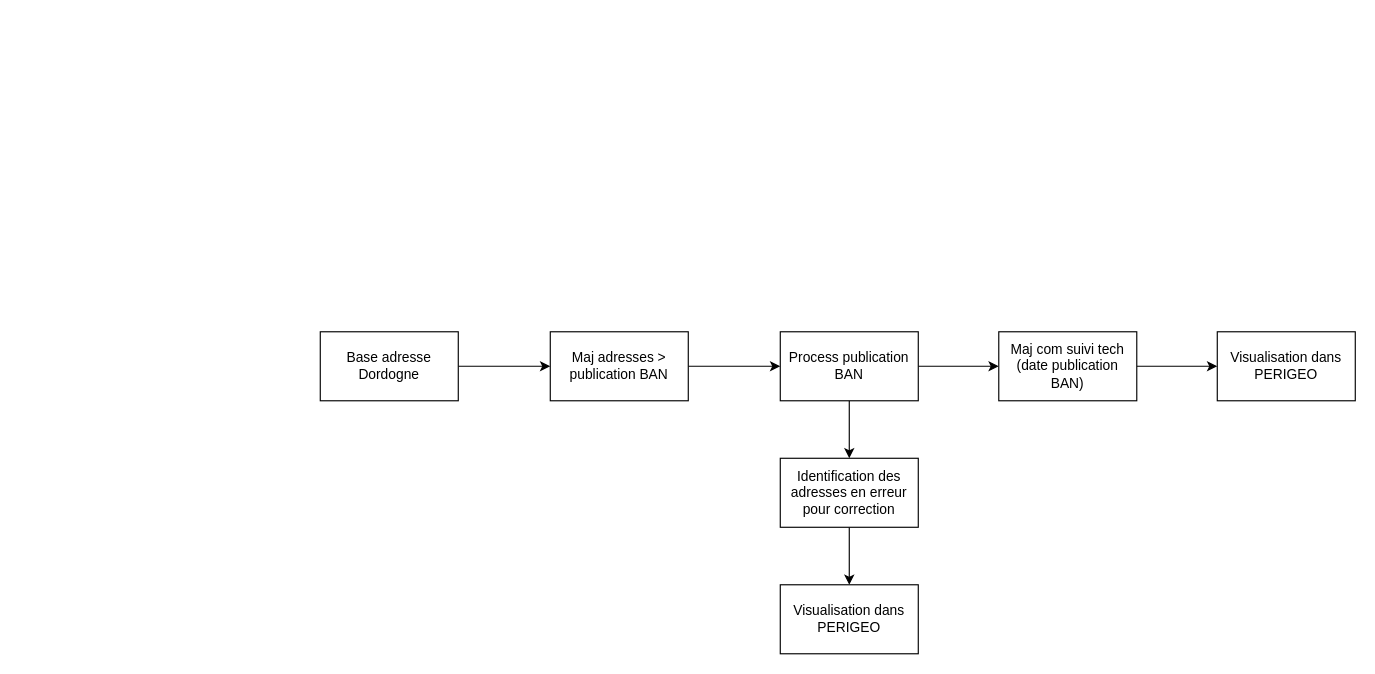
This is publication_adresses.drawio from eprouteau/perigeo, a draw.io file, before an edit. Source tidied: cells renumbered, new cells numbered last; positions are measured from the earlier drawing's top-left corner, leaving out a move shared by most shapes. Both pictures are drawn from the tidied source at 115%, with x=0, y=0 at pixel (320, 331).
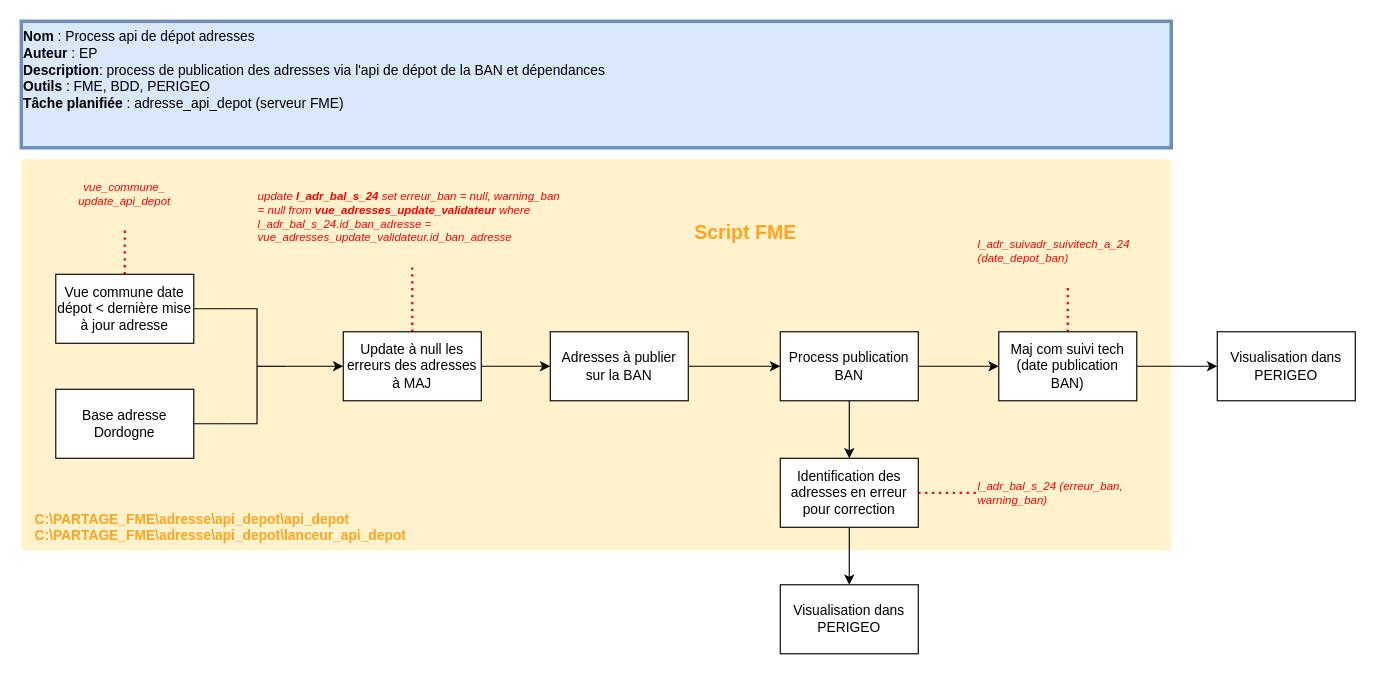
The same diagram, later.

Commit message:
Mettre à jour publication_adresses.drawio

The change refers to these unchanged cells:
```xml
<mxCell id="8" value="Process publication BAN" style="rounded=0;whiteSpace=wrap;html=1;" parent="1" vertex="1">
  <mxGeometry x="400" width="120" height="60" as="geometry" />
</mxCell>
<mxCell id="10" value="Identification des adresses en erreur pour correction" style="rounded=0;whiteSpace=wrap;html=1;" parent="1" vertex="1">
  <mxGeometry x="400" y="110" width="120" height="60" as="geometry" />
</mxCell>
<mxCell id="12" value="Maj com suivi tech (date publication BAN)" style="rounded=0;whiteSpace=wrap;html=1;" parent="1" vertex="1">
  <mxGeometry x="590" width="120" height="60" as="geometry" />
</mxCell>
```

Change to the diagram source:
```diff
@@
-    <mxCell id="2" style="edgeStyle=orthogonalEdgeStyle;rounded=0;jettySize=auto;html=1;exitX=1;exitY=0.5;exitDx=0;exitDy=0;entryX=0;entryY=0.5;entryDx=0;entryDy=0;" parent="1" edge="1" source="3" target="5">
-      <mxGeometry relative="1" as="geometry" />
-    </mxCell>
+    <mxCell id="15" style="rounded=0;whiteSpace=wrap;html=1;fillColor=#fff2cc;strokeColor=none;gradientColor=none;strokeWidth=3;fontColor=#d6b656;" parent="1" vertex="1">
+      <mxGeometry x="-260" y="-150" width="1000" height="340" as="geometry" />
+    </mxCell>
     <mxCell id="3" value="Base adresse Dordogne" style="rounded=0;whiteSpace=wrap;html=1;" parent="1" vertex="1">
-      <mxGeometry width="120" height="60" as="geometry" />
+      <mxGeometry x="-230" y="50" width="120" height="60" as="geometry" />
     </mxCell>
-    <mxCell id="4" style="edgeStyle=orthogonalEdgeStyle;rounded=0;jettySize=auto;html=1;exitX=1;exitY=0.5;exitDx=0;exitDy=0;entryX=0;entryY=0.5;entryDx=0;entryDy=0;" parent="1" edge="1" source="5" target="8">
-      <mxGeometry relative="1" as="geometry" />
-    </mxCell>
+    <mxCell id="16" style="edgeStyle=orthogonalEdgeStyle;rounded=0;jettySize=auto;html=1;entryX=0;entryY=0.5;entryDx=0;entryDy=0;" parent="1" edge="1" source="5" target="28">
+      <mxGeometry relative="1" as="geometry" />
+    </mxCell>
+    <mxCell id="17" style="rounded=0;jettySize=auto;html=1;entryX=0.5;entryY=1;entryDx=0;entryDy=0;strokeColor=#FF0000;endArrow=none;endFill=0;dashed=1;dashPattern=1 2;strokeWidth=2;" parent="1" edge="1" source="5" target="29">
+      <mxGeometry relative="1" as="geometry" />
+    </mxCell>
-    <mxCell id="5" value="Maj adresses &amp;gt; publication BAN" style="rounded=0;whiteSpace=wrap;html=1;" parent="1" vertex="1">
-      <mxGeometry x="200" width="120" height="60" as="geometry" />
+    <mxCell id="5" value="Update à null les erreurs des adresses à MAJ" style="rounded=0;whiteSpace=wrap;html=1;" parent="1" vertex="1">
+      <mxGeometry x="20" width="120" height="60" as="geometry" />
     </mxCell>
@@
+    <mxCell id="18" style="edgeStyle=orthogonalEdgeStyle;rounded=0;jettySize=auto;html=1;exitX=1;exitY=0.5;exitDx=0;exitDy=0;entryX=0;entryY=0.5;entryDx=0;entryDy=0;dashed=1;dashPattern=1 2;endArrow=none;endFill=0;strokeWidth=2;strokeColor=#FF0000;" parent="1" edge="1" source="10" target="30">
+      <mxGeometry relative="1" as="geometry" />
+    </mxCell>
@@
+    <mxCell id="19" style="edgeStyle=orthogonalEdgeStyle;rounded=0;jettySize=auto;html=1;dashed=1;dashPattern=1 2;endArrow=none;endFill=0;strokeWidth=2;strokeColor=#FF0000;" parent="1" edge="1" source="12" target="31">
+      <mxGeometry relative="1" as="geometry" />
+    </mxCell>
@@
+    <mxCell id="20" style="edgeStyle=orthogonalEdgeStyle;rounded=0;jettySize=auto;html=1;dashed=1;dashPattern=1 2;endArrow=none;endFill=0;strokeWidth=2;strokeColor=#FF0000;" parent="1" edge="1" source="21" target="26">
+      <mxGeometry relative="1" as="geometry" />
+    </mxCell>
+    <mxCell id="21" value="Vue commune date dépot &amp;lt; dernière mise à jour adresse" style="rounded=0;whiteSpace=wrap;html=1;" parent="1" vertex="1">
+      <mxGeometry x="-230" y="-50" width="120" height="60" as="geometry" />
+    </mxCell>
+    <mxCell id="22" style="rounded=0;jettySize=auto;html=1;exitX=0;exitY=0.5;exitDx=0;exitDy=0;exitPerimeter=0;entryX=0;entryY=0.5;entryDx=0;entryDy=0;endArrow=classic;endFill=1;strokeWidth=1;" parent="1" edge="1" source="23" target="5">
+      <mxGeometry relative="1" as="geometry" />
+    </mxCell>
+    <mxCell id="23" style="strokeWidth=1;html=1;shape=mxgraph.flowchart.annotation_2;align=left;labelPosition=right;rotation=-180;" parent="1" vertex="1">
+      <mxGeometry x="-80" y="-20" width="50" height="100" as="geometry" />
+    </mxCell>
+    <mxCell id="24" style="rounded=0;jettySize=auto;html=1;exitX=1;exitY=0.5;exitDx=0;exitDy=0;entryX=1;entryY=1;entryDx=0;entryDy=0;entryPerimeter=0;strokeColor=default;endArrow=none;endFill=0;strokeWidth=1;" parent="1" edge="1" source="21" target="23">
+      <mxGeometry relative="1" as="geometry" />
+    </mxCell>
+    <mxCell id="25" style="rounded=0;jettySize=auto;html=1;entryX=1;entryY=0;entryDx=0;entryDy=0;entryPerimeter=0;strokeWidth=1;endArrow=none;endFill=0;" parent="1" edge="1" source="3" target="23">
+      <mxGeometry relative="1" as="geometry">
+        <Array as="points">
+          <mxPoint x="-100" y="80" />
+        </Array>
+      </mxGeometry>
+    </mxCell>
+    <mxCell id="26" value="vue_commune_&lt;div style=&quot;font-size: 10px;&quot;&gt;update_api_depot&lt;/div&gt;" style="rounded=0;whiteSpace=wrap;html=1;strokeColor=none;fillColor=none;fontStyle=2;fontColor=#fb0404;fontSize=10;" parent="1" vertex="1">
+      <mxGeometry x="-230" y="-150" width="120" height="60" as="geometry" />
+    </mxCell>
+    <mxCell id="27" style="edgeStyle=orthogonalEdgeStyle;rounded=0;jettySize=auto;html=1;entryX=0;entryY=0.5;entryDx=0;entryDy=0;" parent="1" edge="1" source="28" target="8">
+      <mxGeometry relative="1" as="geometry" />
+    </mxCell>
+    <mxCell id="28" value="Adresses à publier sur la BAN" style="rounded=0;whiteSpace=wrap;html=1;" parent="1" vertex="1">
+      <mxGeometry x="200" width="120" height="60" as="geometry" />
+    </mxCell>
+    <mxCell id="29" value="&lt;div style=&quot;text-align: left; font-size: 10px;&quot;&gt;&lt;span style=&quot;background-color: initial; font-size: 10px;&quot;&gt;update &lt;b style=&quot;font-size: 10px;&quot;&gt;l_adr_bal_s_24&lt;/b&gt; set erreur_ban = null, warning_ban = null from &lt;b style=&quot;font-size: 10px;&quot;&gt;vue_adresses_update_validateur&lt;/b&gt; where l_adr_bal_s_24.id_ban_adresse = vue_adresses_update_validateur.id_ban_adresse&lt;/span&gt;&lt;/div&gt;" style="rounded=0;whiteSpace=wrap;html=1;strokeColor=none;fillColor=none;fontStyle=2;fontColor=#fb0404;fontSize=10;" parent="1" vertex="1">
+      <mxGeometry x="-55" y="-140" width="270" height="80" as="geometry" />
+    </mxCell>
+    <mxCell id="30" value="l_adr_bal_s_24 (erreur_ban, warning_ban)" style="rounded=0;whiteSpace=wrap;html=1;strokeColor=none;fillColor=none;fontStyle=2;fontColor=#fb0404;fontSize=10;align=left;" parent="1" vertex="1">
+      <mxGeometry x="570" y="110" width="160" height="60" as="geometry" />
+    </mxCell>
+    <mxCell id="31" value="l_adr_suivadr_suivitech_a_24 (date_depot_ban)" style="rounded=0;whiteSpace=wrap;html=1;strokeColor=none;fillColor=none;fontStyle=2;fontColor=#fb0404;fontSize=10;align=left;" parent="1" vertex="1">
+      <mxGeometry x="570" y="-100" width="160" height="60" as="geometry" />
+    </mxCell>
+    <mxCell id="32" value="C:\PARTAGE_FME\adresse\api_depot\api_depot&#10;C:\PARTAGE_FME\adresse\api_depot\lanceur_api_depot" style="text;whiteSpace=wrap;fontColor=#ffa51f;fontStyle=1;" parent="1" vertex="1">
+      <mxGeometry x="-250" y="150" width="320" height="40" as="geometry" />
+    </mxCell>
+    <mxCell id="33" value="&lt;b&gt;Nom&lt;/b&gt; : Process api de dépot adresses&lt;div&gt;&lt;b&gt;Auteur &lt;/b&gt;: EP&lt;/div&gt;&lt;div&gt;&lt;b&gt;Description&lt;/b&gt;: process de publication des adresses via l'api de dépot de la BAN et dépendances&lt;/div&gt;&lt;div&gt;&lt;b&gt;Outils &lt;/b&gt;: FME, BDD, PERIGEO&lt;/div&gt;&lt;div&gt;&lt;b&gt;Tâche planifiée&lt;/b&gt; : adresse_api_depot (serveur FME)&lt;/div&gt;" style="rounded=0;whiteSpace=wrap;html=1;fillColor=#dae8fc;strokeColor=#6c8ebf;strokeWidth=3;align=left;verticalAlign=top;" parent="1" vertex="1">
+      <mxGeometry x="-260" y="-270" width="1000" height="110" as="geometry" />
+    </mxCell>
+    <mxCell id="34" value="Script FME" style="text;whiteSpace=wrap;fontColor=#ffa51f;fontStyle=1;align=center;verticalAlign=middle;fontSize=17;" parent="1" vertex="1">
+      <mxGeometry x="300" y="-100" width="140" height="30" as="geometry" />
+    </mxCell>
```
